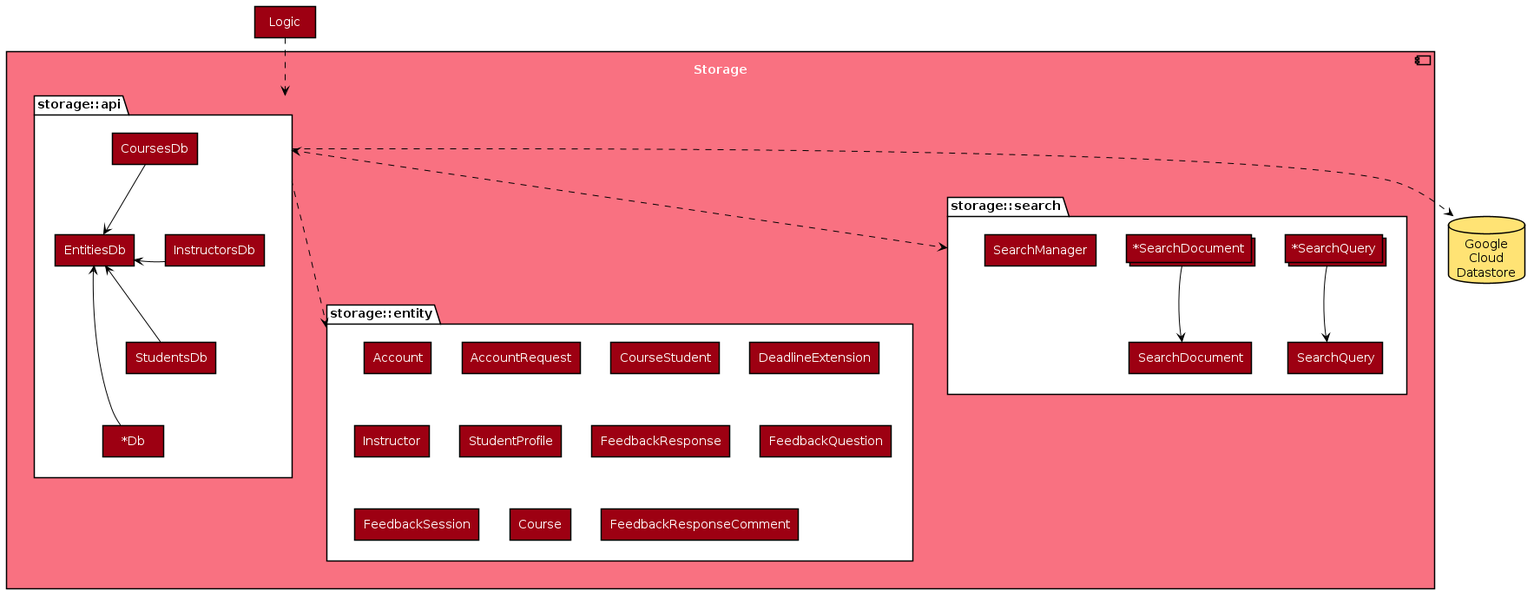
Earlier version of the PlantUML export diagrams/StorageComponent.png (devashish-rane/teammates). Its source is kept beside it as diagrams/StorageComponent.puml. The source it was exported from:
```plantuml
@startuml
!include diagrams/style.puml
skinparam componentBackgroundColor MODEL_COLOR_T1
skinparam componentFontColor #FFFFFF
skinparam packageBackgroundColor #FFFFFF
skinparam rectangleBackgroundColor MODEL_COLOR
skinparam collectionsBackgroundColor MODEL_COLOR
skinparam collectionsBorderColor #000000
skinparam rectangleFontColor #FFFFFF
skinparam arrowColor #000000


component Storage {
    package "storage::entity" as Entity {
        rectangle Account
        rectangle AccountRequest
        rectangle CourseStudent
        rectangle DeadlineExtension
        rectangle Instructor
        rectangle StudentProfile
        rectangle FeedbackResponse
        rectangle FeedbackQuestion
        rectangle FeedbackSession
        rectangle Course
        rectangle FeedbackResponseComment
    }

    package "storage::api" as Api {
        rectangle EntitiesDb
        rectangle CoursesDb
        rectangle InstructorsDb
        rectangle StudentsDb
        rectangle " *Db" as Db
    }

    package "storage::search" as Search {
        rectangle "SearchQuery" as SQ1
        rectangle "SearchDocument" as SD1
        collections " *SearchQuery" as SQ2
        collections " *SearchDocument" as SD2
        rectangle SearchManager
    }
}

rectangle Logic
database "Google\nCloud\nDatastore" as GCD STORAGE_COLOR_T1

CoursesDb -> EntitiesDb
InstructorsDb -> EntitiesDb
StudentsDb -> EntitiesDb
Db -> EntitiesDb

SQ2 -> SQ1
SD2 -> SD1

Logic ..> Api
Api ..> GCD

Api ..> Entity
Api <..> Search

EntitiesDb -[hidden]right- InstructorsDb
CoursesDb -[hidden]down- InstructorsDb
InstructorsDb -[hidden]down- StudentsDb
StudentsDb -[hidden]down- Db
SD1 -[hidden]down- SD2
SQ1 -[hidden]down- SQ2
Search -[hidden]down- Entity

@enduml
```
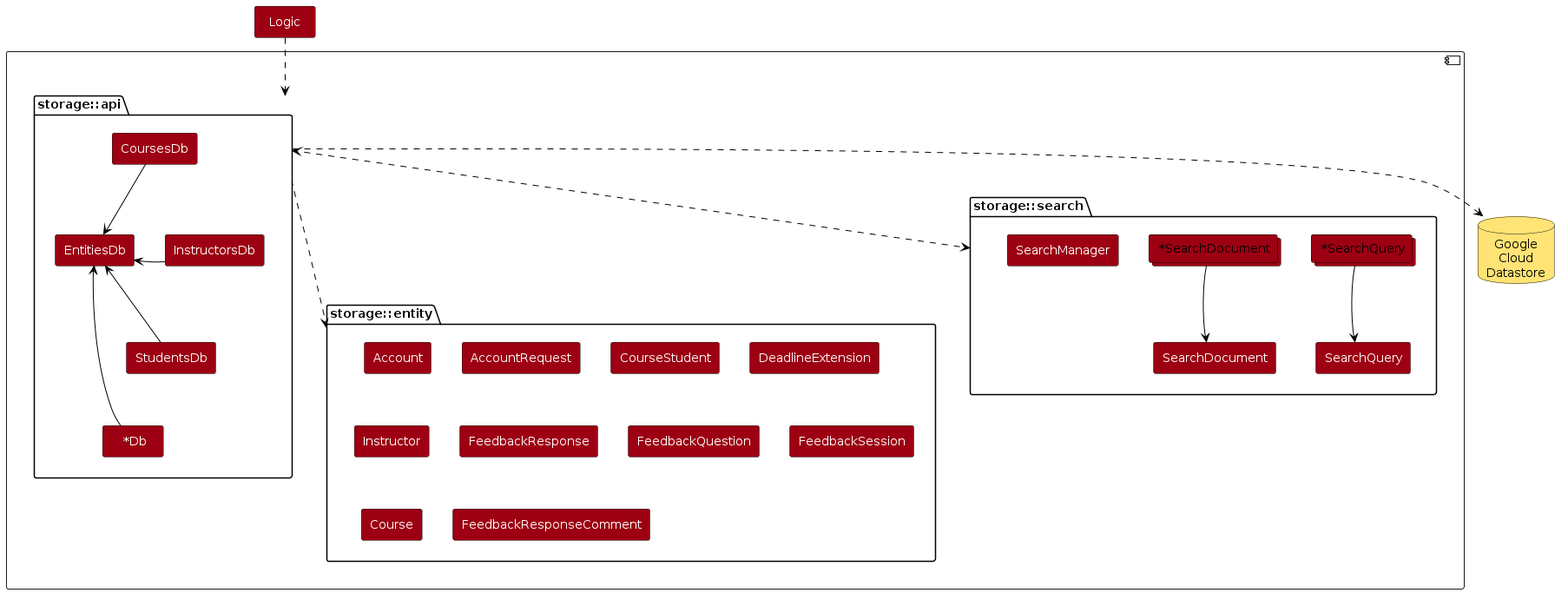
Above is the later version.

Change to the diagram source:
```diff
@@ -1,5 +1,5 @@
 @startuml
-!include diagrams/style.puml
+!include style.puml
 skinparam componentBackgroundColor MODEL_COLOR_T1
 skinparam componentFontColor #FFFFFF
 skinparam packageBackgroundColor #FFFFFF
@@ -17,7 +17,6 @@
         rectangle CourseStudent
         rectangle DeadlineExtension
         rectangle Instructor
-        rectangle StudentProfile
         rectangle FeedbackResponse
         rectangle FeedbackQuestion
         rectangle FeedbackSession
```
